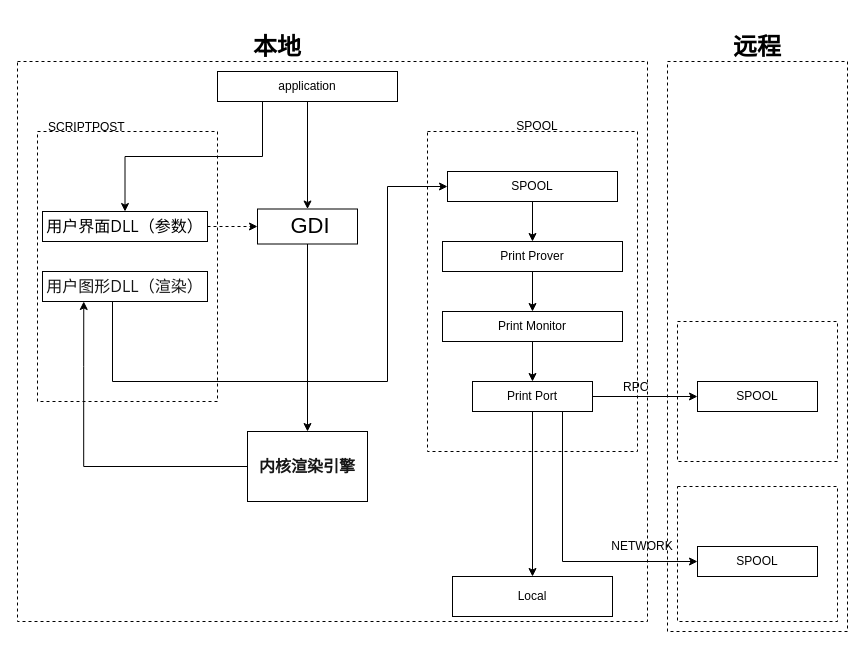
The draw.io diagram 未命名绘图.drawio in Lightbxx/UML, before the edit. Source tidied: cells renumbered, new cells numbered last; positions are measured from the earlier drawing's top-left corner, leaving out a move shared by most shapes. Both pictures are drawn from the tidied source at 100%, with x=0, y=0 at pixel (17, 32).
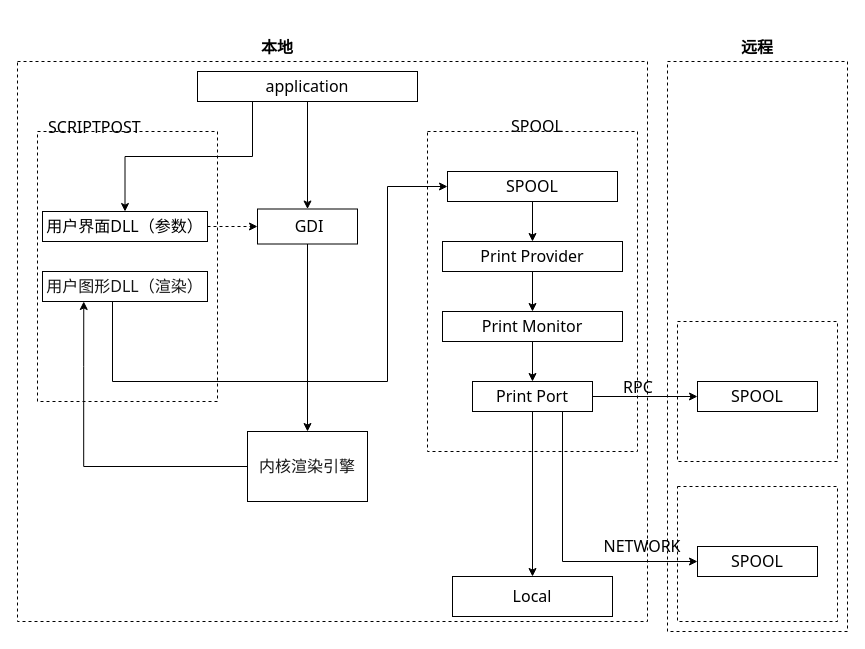
Above is the later version.

Commit message:
更新未命名绘图.drawio

Change to the diagram source:
```diff
@@
-    <mxCell id="2" style="rounded=0;whiteSpace=wrap;html=1;dashed=1;strokeWidth=1;fontColor=#000000;fillColor=none;" parent="1" vertex="1">
+    <mxCell id="2" style="rounded=0;whiteSpace=wrap;html=1;dashed=1;strokeWidth=1;fontColor=#000000;fillColor=none;fontFamily=Tahoma;fontStyle=0;fontSize=16;" parent="1" vertex="1">
       <mxGeometry x="650" y="29" width="180" height="570" as="geometry" />
     </mxCell>
-    <mxCell id="3" style="rounded=0;whiteSpace=wrap;html=1;strokeWidth=1;fontColor=#000000;fillColor=none;dashed=1;" parent="1" vertex="1">
+    <mxCell id="3" style="rounded=0;whiteSpace=wrap;html=1;strokeWidth=1;fontColor=#000000;fillColor=none;dashed=1;fontFamily=Tahoma;fontStyle=0;fontSize=16;" parent="1" vertex="1">
       <mxGeometry y="29" width="630" height="560" as="geometry" />
     </mxCell>
-    <mxCell id="4" style="edgeStyle=orthogonalEdgeStyle;rounded=0;jettySize=auto;html=1;exitX=0.25;exitY=1;exitDx=0;exitDy=0;entryX=0.5;entryY=0;entryDx=0;entryDy=0;fontColor=#000000;" parent="1" edge="1" source="5" target="13">
+    <mxCell id="4" style="edgeStyle=orthogonalEdgeStyle;rounded=0;jettySize=auto;html=1;exitX=0.25;exitY=1;exitDx=0;exitDy=0;entryX=0.5;entryY=0;entryDx=0;entryDy=0;fontColor=#000000;fontFamily=Tahoma;fontStyle=0;fontSize=16;" parent="1" edge="1" source="5" target="13">
       <mxGeometry relative="1" as="geometry" />
     </mxCell>
-    <mxCell id="5" value="application" style="rounded=0;whiteSpace=wrap;html=1;" parent="1" vertex="1">
-      <mxGeometry x="200" y="39" width="180" height="30" as="geometry" />
+    <mxCell id="5" value="application" style="rounded=0;whiteSpace=wrap;html=1;fontFamily=Tahoma;fontStyle=0;fontSize=16;" parent="1" vertex="1">
+      <mxGeometry x="180" y="39" width="220" height="30" as="geometry" />
     </mxCell>
-    <mxCell id="6" style="edgeStyle=orthogonalEdgeStyle;rounded=0;jettySize=auto;html=1;" parent="1" edge="1" source="7" target="10">
+    <mxCell id="6" style="edgeStyle=orthogonalEdgeStyle;rounded=0;jettySize=auto;html=1;entryX=0.5;entryY=0;entryDx=0;entryDy=0;fontFamily=Tahoma;fontSize=16;fontColor=#000000;" parent="1" edge="1" source="7" target="10">
       <mxGeometry relative="1" as="geometry" />
     </mxCell>
-    <mxCell id="7" value="&amp;nbsp;GDI" style="rounded=0;whiteSpace=wrap;html=1;fontSize=22;" parent="1" vertex="1">
+    <mxCell id="7" value="&amp;nbsp;GDI" style="rounded=0;whiteSpace=wrap;html=1;fontSize=16;fontFamily=Tahoma;fontStyle=0;" parent="1" vertex="1">
       <mxGeometry x="240" y="176.5" width="100" height="35" as="geometry" />
     </mxCell>
-    <mxCell id="8" style="endArrow=classic;html=1;rounded=0;entryX=0.5;entryY=0;entryDx=0;entryDy=0;" parent="1" edge="1" source="5" target="7">
+    <mxCell id="8" style="endArrow=classic;html=1;rounded=0;entryX=0.5;entryY=0;entryDx=0;entryDy=0;fontFamily=Tahoma;fontStyle=0;fontSize=16;" parent="1" edge="1" source="5" target="7">
       <mxGeometry relative="1" as="geometry" />
     </mxCell>
-    <mxCell id="9" style="edgeStyle=orthogonalEdgeStyle;rounded=0;jettySize=auto;html=1;exitX=0;exitY=0.5;exitDx=0;exitDy=0;entryX=0.25;entryY=1;entryDx=0;entryDy=0;fontColor=#000000;" parent="1" edge="1" source="10" target="15">
+    <mxCell id="9" style="edgeStyle=orthogonalEdgeStyle;rounded=0;jettySize=auto;html=1;exitX=0;exitY=0.5;exitDx=0;exitDy=0;entryX=0.25;entryY=1;entryDx=0;entryDy=0;fontColor=#000000;fontFamily=Tahoma;fontStyle=0;fontSize=16;" parent="1" edge="1" source="10" target="15">
       <mxGeometry relative="1" as="geometry" />
     </mxCell>
-    <mxCell id="10" value="&lt;div style=&quot;text-align: start;&quot;&gt;&lt;font face=&quot;Segoe UI, SegoeUI, Helvetica Neue, Helvetica, Arial, sans-serif&quot; color=&quot;#171717&quot;&gt;&lt;span style=&quot;font-size: 16px; background-color: rgb(255, 255, 255);&quot;&gt;&lt;b&gt;内核渲染引擎&lt;/b&gt;&lt;/span&gt;&lt;/font&gt;&lt;/div&gt;" style="rounded=0;whiteSpace=wrap;html=1;" parent="1" vertex="1">
+    <mxCell id="10" value="&lt;div style=&quot;text-align: start; font-size: 16px;&quot;&gt;&lt;font color=&quot;#171717&quot; style=&quot;font-size: 16px;&quot;&gt;&lt;span style=&quot;font-size: 16px; background-color: rgb(255, 255, 255);&quot;&gt;&lt;span style=&quot;font-size: 16px;&quot;&gt;内核渲染引擎&lt;/span&gt;&lt;/span&gt;&lt;/font&gt;&lt;/div&gt;" style="rounded=0;whiteSpace=wrap;html=1;fontFamily=Tahoma;fontStyle=0;fontSize=16;" parent="1" vertex="1">
       <mxGeometry x="230" y="399" width="120" height="70" as="geometry" />
     </mxCell>
-    <mxCell id="11" style="rounded=0;whiteSpace=wrap;html=1;dashed=1;fillColor=none;" parent="1" vertex="1">
+    <mxCell id="11" style="rounded=0;whiteSpace=wrap;html=1;dashed=1;fillColor=none;fontFamily=Tahoma;fontStyle=0;fontSize=16;" parent="1" vertex="1">
       <mxGeometry x="20" y="99" width="180" height="270" as="geometry" />
     </mxCell>
-    <mxCell id="12" style="edgeStyle=orthogonalEdgeStyle;rounded=0;jettySize=auto;html=1;entryX=0;entryY=0.5;entryDx=0;entryDy=0;fontColor=#000000;dashed=1;" parent="1" edge="1" source="13" target="7">
+    <mxCell id="12" style="edgeStyle=orthogonalEdgeStyle;rounded=0;jettySize=auto;html=1;entryX=0;entryY=0.5;entryDx=0;entryDy=0;fontColor=#000000;dashed=1;fontFamily=Tahoma;fontStyle=0;fontSize=16;" parent="1" edge="1" source="13" target="7">
       <mxGeometry relative="1" as="geometry" />
     </mxCell>
-    <mxCell id="13" value="&lt;font color=&quot;#000000&quot;&gt;&lt;span style=&quot;font-family: &amp;quot;Segoe UI&amp;quot;, SegoeUI, &amp;quot;Helvetica Neue&amp;quot;, Helvetica, Arial, sans-serif; font-size: 16px; text-align: start; background-color: rgb(255, 255, 255);&quot;&gt;用户界面DLL（参数）&lt;/span&gt;&lt;/font&gt;" style="rounded=0;whiteSpace=wrap;html=1;fillColor=none;" parent="1" vertex="1">
+    <mxCell id="13" value="&lt;font color=&quot;#000000&quot; style=&quot;font-size: 16px;&quot;&gt;&lt;span style=&quot;font-size: 16px; text-align: start; background-color: rgb(255, 255, 255);&quot;&gt;用户界面DLL（参数）&lt;/span&gt;&lt;/font&gt;" style="rounded=0;whiteSpace=wrap;html=1;fillColor=none;fontFamily=Tahoma;fontStyle=0;fontSize=16;" parent="1" vertex="1">
       <mxGeometry x="25" y="179" width="165" height="30" as="geometry" />
     </mxCell>
-    <mxCell id="14" style="edgeStyle=orthogonalEdgeStyle;rounded=0;jettySize=auto;html=1;entryX=0;entryY=0.5;entryDx=0;entryDy=0;fontColor=#000000;" parent="1" edge="1" source="15" target="18">
+    <mxCell id="14" style="edgeStyle=orthogonalEdgeStyle;rounded=0;jettySize=auto;html=1;entryX=0;entryY=0.5;entryDx=0;entryDy=0;fontColor=#000000;fontFamily=Tahoma;fontStyle=0;fontSize=16;" parent="1" edge="1" source="15" target="18">
       <mxGeometry relative="1" as="geometry">
         <Array as="points">
           <mxPoint x="95" y="349" />
           <mxPoint x="370" y="349" />
           <mxPoint x="370" y="154" />
         </Array>
       </mxGeometry>
     </mxCell>
-    <mxCell id="15" value="&lt;div style=&quot;text-align: start;&quot;&gt;&lt;font face=&quot;Segoe UI, SegoeUI, Helvetica Neue, Helvetica, Arial, sans-serif&quot; color=&quot;#171717&quot;&gt;&lt;span style=&quot;font-size: 16px; background-color: rgb(255, 255, 255);&quot;&gt;用户图形DLL（渲染）&lt;/span&gt;&lt;/font&gt;&lt;/div&gt;" style="rounded=0;whiteSpace=wrap;html=1;fillColor=none;" parent="1" vertex="1">
+    <mxCell id="15" value="&lt;div style=&quot;text-align: start; font-size: 16px;&quot;&gt;&lt;font color=&quot;#171717&quot; style=&quot;font-size: 16px;&quot;&gt;&lt;span style=&quot;font-size: 16px; background-color: rgb(255, 255, 255);&quot;&gt;用户图形DLL（渲染）&lt;/span&gt;&lt;/font&gt;&lt;/div&gt;" style="rounded=0;whiteSpace=wrap;html=1;fillColor=none;fontFamily=Tahoma;fontStyle=0;fontSize=16;" parent="1" vertex="1">
       <mxGeometry x="25" y="239" width="165" height="30" as="geometry" />
     </mxCell>
-    <mxCell id="16" value="SCRIPTPOST" style="text;strokeColor=none;fillColor=none;align=left;verticalAlign=middle;spacingLeft=4;spacingRight=4;overflow=hidden;fontColor=#000000;" parent="1" vertex="1">
-      <mxGeometry x="25" y="79" width="90" height="30" as="geometry" />
+    <mxCell id="16" value="SCRIPTPOST" style="text;strokeColor=none;fillColor=none;align=left;verticalAlign=middle;spacingLeft=4;spacingRight=4;overflow=hidden;fontColor=#000000;fontFamily=Tahoma;fontStyle=0;fontSize=16;" parent="1" vertex="1">
+      <mxGeometry x="25" y="79" width="115" height="30" as="geometry" />
     </mxCell>
-    <mxCell id="17" style="edgeStyle=orthogonalEdgeStyle;rounded=0;jettySize=auto;html=1;exitX=0.5;exitY=1;exitDx=0;exitDy=0;entryX=0.5;entryY=0;entryDx=0;entryDy=0;fontColor=#000000;" parent="1" edge="1" source="18" target="20">
+    <mxCell id="17" style="edgeStyle=orthogonalEdgeStyle;rounded=0;jettySize=auto;html=1;exitX=0.5;exitY=1;exitDx=0;exitDy=0;entryX=0.5;entryY=0;entryDx=0;entryDy=0;fontColor=#000000;fontFamily=Tahoma;fontStyle=0;fontSize=16;" parent="1" edge="1" source="18" target="20">
       <mxGeometry relative="1" as="geometry" />
     </mxCell>
-    <mxCell id="18" value="SPOOL" style="rounded=0;whiteSpace=wrap;html=1;fontColor=#000000;fillColor=none;" parent="1" vertex="1">
+    <mxCell id="18" value="SPOOL" style="rounded=0;whiteSpace=wrap;html=1;fontColor=#000000;fillColor=none;fontFamily=Tahoma;fontStyle=0;fontSize=16;" parent="1" vertex="1">
       <mxGeometry x="430" y="139" width="170" height="30" as="geometry" />
     </mxCell>
-    <mxCell id="19" style="edgeStyle=orthogonalEdgeStyle;rounded=0;jettySize=auto;html=1;exitX=0.5;exitY=1;exitDx=0;exitDy=0;entryX=0.5;entryY=0;entryDx=0;entryDy=0;fontColor=#000000;" parent="1" edge="1" source="20" target="22">
+    <mxCell id="19" style="edgeStyle=orthogonalEdgeStyle;rounded=0;jettySize=auto;html=1;exitX=0.5;exitY=1;exitDx=0;exitDy=0;entryX=0.5;entryY=0;entryDx=0;entryDy=0;fontColor=#000000;fontFamily=Tahoma;fontStyle=0;fontSize=16;" parent="1" edge="1" source="20" target="22">
       <mxGeometry relative="1" as="geometry" />
     </mxCell>
-    <mxCell id="20" value="Print Prover" style="rounded=0;whiteSpace=wrap;html=1;fontColor=#000000;fillColor=none;" parent="1" vertex="1">
+    <mxCell id="20" value="Print Provider" style="rounded=0;whiteSpace=wrap;html=1;fontColor=#000000;fillColor=none;fontFamily=Tahoma;fontStyle=0;fontSize=16;" parent="1" vertex="1">
       <mxGeometry x="425" y="209" width="180" height="30" as="geometry" />
     </mxCell>
-    <mxCell id="21" style="edgeStyle=orthogonalEdgeStyle;rounded=0;jettySize=auto;html=1;fontColor=#000000;" parent="1" edge="1" source="22" target="26">
+    <mxCell id="21" style="edgeStyle=orthogonalEdgeStyle;rounded=0;jettySize=auto;html=1;fontColor=#000000;fontFamily=Tahoma;fontStyle=0;fontSize=16;" parent="1" edge="1" source="22" target="26">
       <mxGeometry relative="1" as="geometry" />
     </mxCell>
-    <mxCell id="22" value="Print Monitor" style="rounded=0;whiteSpace=wrap;html=1;strokeWidth=1;fontColor=#000000;fillColor=none;" parent="1" vertex="1">
+    <mxCell id="22" value="Print Monitor" style="rounded=0;whiteSpace=wrap;html=1;strokeWidth=1;fontColor=#000000;fillColor=none;fontFamily=Tahoma;fontStyle=0;fontSize=16;" parent="1" vertex="1">
       <mxGeometry x="425" y="279" width="180" height="30" as="geometry" />
     </mxCell>
-    <mxCell id="23" style="edgeStyle=orthogonalEdgeStyle;rounded=0;jettySize=auto;html=1;exitX=1;exitY=0.5;exitDx=0;exitDy=0;fontColor=#000000;" parent="1" edge="1" source="26" target="28">
+    <mxCell id="23" style="edgeStyle=orthogonalEdgeStyle;rounded=0;jettySize=auto;html=1;exitX=1;exitY=0.5;exitDx=0;exitDy=0;fontColor=#000000;fontFamily=Tahoma;fontStyle=0;fontSize=16;" parent="1" edge="1" source="26" target="28">
       <mxGeometry relative="1" as="geometry" />
     </mxCell>
-    <mxCell id="24" style="edgeStyle=orthogonalEdgeStyle;rounded=0;jettySize=auto;html=1;fontColor=#000000;" parent="1" edge="1" source="26" target="33">
+    <mxCell id="24" style="edgeStyle=orthogonalEdgeStyle;rounded=0;jettySize=auto;html=1;fontColor=#000000;fontFamily=Tahoma;fontStyle=0;fontSize=16;" parent="1" edge="1" source="26" target="33">
       <mxGeometry relative="1" as="geometry" />
     </mxCell>
-    <mxCell id="25" style="edgeStyle=orthogonalEdgeStyle;rounded=0;jettySize=auto;html=1;exitX=0.75;exitY=1;exitDx=0;exitDy=0;entryX=0;entryY=0.5;entryDx=0;entryDy=0;fontColor=#000000;" parent="1" edge="1" source="26" target="31">
+    <mxCell id="25" style="edgeStyle=orthogonalEdgeStyle;rounded=0;jettySize=auto;html=1;exitX=0.75;exitY=1;exitDx=0;exitDy=0;entryX=0;entryY=0.5;entryDx=0;entryDy=0;fontColor=#000000;fontFamily=Tahoma;fontStyle=0;fontSize=16;" parent="1" edge="1" source="26" target="31">
       <mxGeometry relative="1" as="geometry" />
     </mxCell>
-    <mxCell id="26" value="Print Port" style="rounded=0;whiteSpace=wrap;html=1;strokeWidth=1;fontColor=#000000;fillColor=none;" parent="1" vertex="1">
+    <mxCell id="26" value="Print Port" style="rounded=0;whiteSpace=wrap;html=1;strokeWidth=1;fontColor=#000000;fillColor=none;fontFamily=Tahoma;fontStyle=0;fontSize=16;" parent="1" vertex="1">
       <mxGeometry x="455" y="349" width="120" height="30" as="geometry" />
     </mxCell>
-    <mxCell id="27" style="rounded=0;whiteSpace=wrap;html=1;strokeWidth=1;fontColor=#000000;fillColor=none;dashed=1;" parent="1" vertex="1">
+    <mxCell id="27" style="rounded=0;whiteSpace=wrap;html=1;strokeWidth=1;fontColor=#000000;fillColor=none;dashed=1;fontFamily=Tahoma;fontStyle=0;fontSize=16;" parent="1" vertex="1">
       <mxGeometry x="660" y="289" width="160" height="140" as="geometry" />
     </mxCell>
-    <mxCell id="28" value="SPOOL" style="rounded=0;whiteSpace=wrap;html=1;strokeWidth=1;fontColor=#000000;fillColor=none;" parent="1" vertex="1">
+    <mxCell id="28" value="SPOOL" style="rounded=0;whiteSpace=wrap;html=1;strokeWidth=1;fontColor=#000000;fillColor=none;fontFamily=Tahoma;fontStyle=0;fontSize=16;" parent="1" vertex="1">
       <mxGeometry x="680" y="349" width="120" height="30" as="geometry" />
     </mxCell>
-    <mxCell id="29" value="RPC" style="text;strokeColor=none;fillColor=none;align=left;verticalAlign=middle;spacingLeft=4;spacingRight=4;overflow=hidden;strokeWidth=1;fontColor=#000000;" parent="1" vertex="1">
+    <mxCell id="29" value="RPC" style="text;strokeColor=none;fillColor=none;align=left;verticalAlign=middle;spacingLeft=4;spacingRight=4;overflow=hidden;strokeWidth=1;fontColor=#000000;fontFamily=Tahoma;fontStyle=0;fontSize=16;" parent="1" vertex="1">
       <mxGeometry x="600" y="339" width="60" height="30" as="geometry" />
     </mxCell>
-    <mxCell id="30" style="rounded=0;whiteSpace=wrap;html=1;strokeWidth=1;fontColor=#000000;fillColor=none;dashed=1;" parent="1" vertex="1">
+    <mxCell id="30" style="rounded=0;whiteSpace=wrap;html=1;strokeWidth=1;fontColor=#000000;fillColor=none;dashed=1;fontFamily=Tahoma;fontStyle=0;fontSize=16;" parent="1" vertex="1">
       <mxGeometry x="660" y="454" width="160" height="135" as="geometry" />
     </mxCell>
-    <mxCell id="31" value="SPOOL" style="rounded=0;whiteSpace=wrap;html=1;strokeWidth=1;fontColor=#000000;fillColor=none;" parent="1" vertex="1">
+    <mxCell id="31" value="SPOOL" style="rounded=0;whiteSpace=wrap;html=1;strokeWidth=1;fontColor=#000000;fillColor=none;fontFamily=Tahoma;fontStyle=0;fontSize=16;" parent="1" vertex="1">
       <mxGeometry x="680" y="514" width="120" height="30" as="geometry" />
     </mxCell>
-    <mxCell id="32" value="NETWORK" style="text;html=1;strokeColor=none;fillColor=none;align=center;verticalAlign=middle;whiteSpace=wrap;rounded=0;strokeWidth=1;fontColor=#000000;" parent="1" vertex="1">
+    <mxCell id="32" value="NETWORK" style="text;html=1;strokeColor=none;fillColor=none;align=center;verticalAlign=middle;whiteSpace=wrap;rounded=0;strokeWidth=1;fontColor=#000000;fontFamily=Tahoma;fontStyle=0;fontSize=16;" parent="1" vertex="1">
       <mxGeometry x="595" y="499" width="60" height="30" as="geometry" />
     </mxCell>
-    <mxCell id="33" value="Local" style="rounded=0;whiteSpace=wrap;html=1;strokeWidth=1;fontColor=#000000;fillColor=none;" parent="1" vertex="1">
+    <mxCell id="33" value="Local" style="rounded=0;whiteSpace=wrap;html=1;strokeWidth=1;fontColor=#000000;fillColor=none;fontFamily=Tahoma;fontStyle=0;fontSize=16;" parent="1" vertex="1">
       <mxGeometry x="435" y="544" width="160" height="40" as="geometry" />
     </mxCell>
-    <mxCell id="34" style="rounded=0;whiteSpace=wrap;html=1;dashed=1;strokeWidth=1;fontColor=#000000;fillColor=none;" parent="1" vertex="1">
+    <mxCell id="34" style="rounded=0;whiteSpace=wrap;html=1;dashed=1;strokeWidth=1;fontColor=#000000;fillColor=none;fontFamily=Tahoma;fontStyle=0;fontSize=16;" parent="1" vertex="1">
       <mxGeometry x="410" y="99" width="210" height="320" as="geometry" />
     </mxCell>
-    <mxCell id="35" value="SPOOL" style="text;html=1;strokeColor=none;fillColor=none;align=center;verticalAlign=middle;whiteSpace=wrap;rounded=0;dashed=1;strokeWidth=1;fontColor=#000000;" parent="1" vertex="1">
+    <mxCell id="35" value="SPOOL" style="text;html=1;strokeColor=none;fillColor=none;align=center;verticalAlign=middle;whiteSpace=wrap;rounded=0;dashed=1;strokeWidth=1;fontColor=#000000;fontFamily=Tahoma;fontStyle=0;fontSize=16;" parent="1" vertex="1">
       <mxGeometry x="490" y="79" width="60" height="30" as="geometry" />
     </mxCell>
-    <mxCell id="36" value="&lt;h1&gt;本地&lt;/h1&gt;" style="text;html=1;strokeColor=none;fillColor=none;align=center;verticalAlign=middle;whiteSpace=wrap;rounded=0;dashed=1;strokeWidth=1;fontColor=#000000;" parent="1" vertex="1">
+    <mxCell id="36" value="&lt;h1 style=&quot;font-size: 16px;&quot;&gt;本地&lt;/h1&gt;" style="text;html=1;strokeColor=none;fillColor=none;align=center;verticalAlign=middle;whiteSpace=wrap;rounded=0;dashed=1;strokeWidth=1;fontColor=#000000;fontFamily=Tahoma;fontStyle=0;fontSize=16;" parent="1" vertex="1">
       <mxGeometry x="230" width="60" height="30" as="geometry" />
     </mxCell>
-    <mxCell id="37" value="&lt;h1&gt;远程&lt;/h1&gt;" style="text;html=1;strokeColor=none;fillColor=none;align=center;verticalAlign=middle;whiteSpace=wrap;rounded=0;dashed=1;strokeWidth=1;fontColor=#000000;" parent="1" vertex="1">
+    <mxCell id="37" value="&lt;h1 style=&quot;font-size: 16px;&quot;&gt;远程&lt;/h1&gt;" style="text;html=1;strokeColor=none;fillColor=none;align=center;verticalAlign=middle;whiteSpace=wrap;rounded=0;dashed=1;strokeWidth=1;fontColor=#000000;fontFamily=Tahoma;fontStyle=0;fontSize=16;" parent="1" vertex="1">
       <mxGeometry x="710" width="60" height="30" as="geometry" />
     </mxCell>
```
